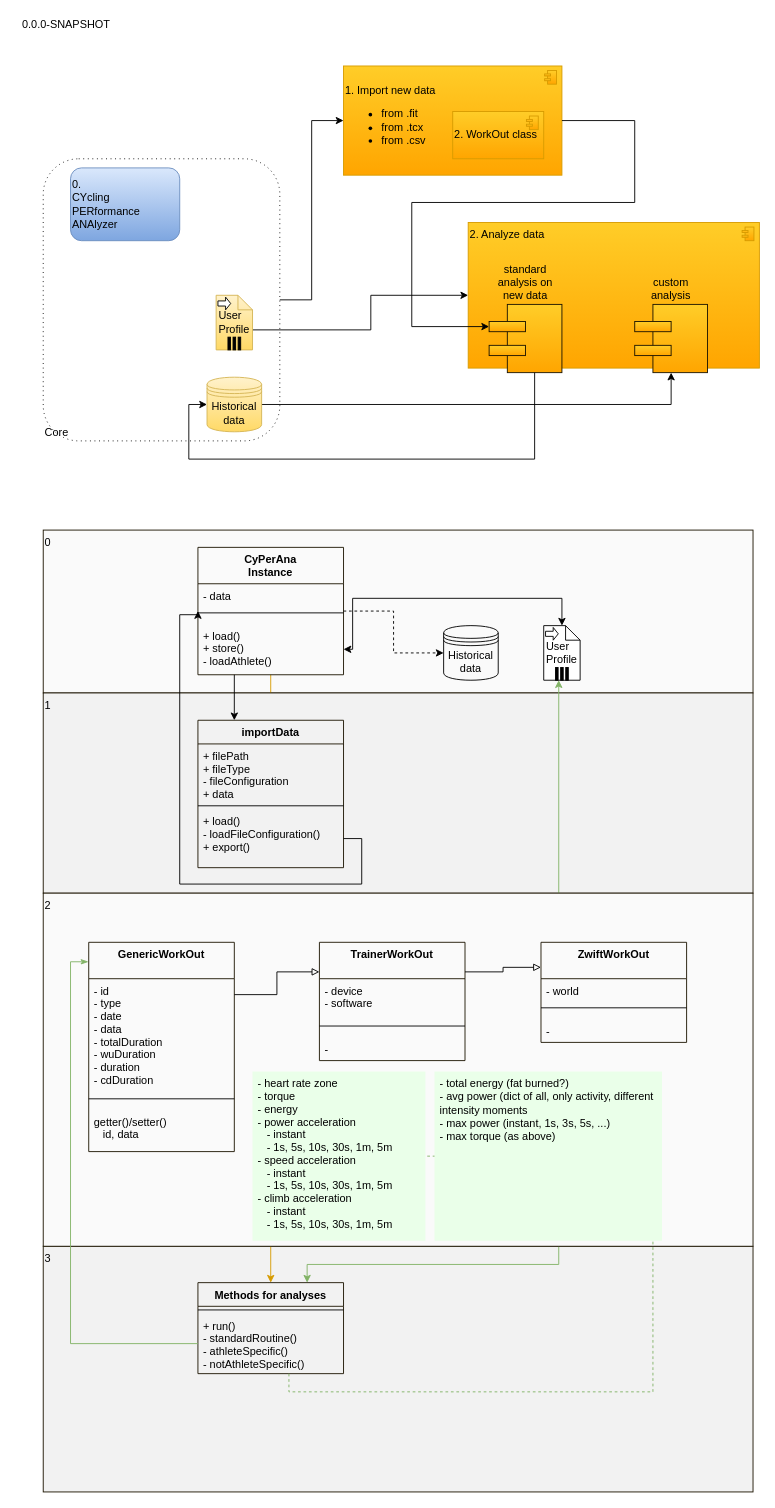
stefano-v37/cyperana keeps this draw.io diagram as architecture.drawio. Above is the earlier version. Source tidied: cells renumbered, new cells numbered last; positions are measured from the earlier drawing's top-left corner, leaving out a move shared by most shapes. Both pictures are drawn from the tidied source at 91%, with x=0, y=0 at pixel (15, 15).
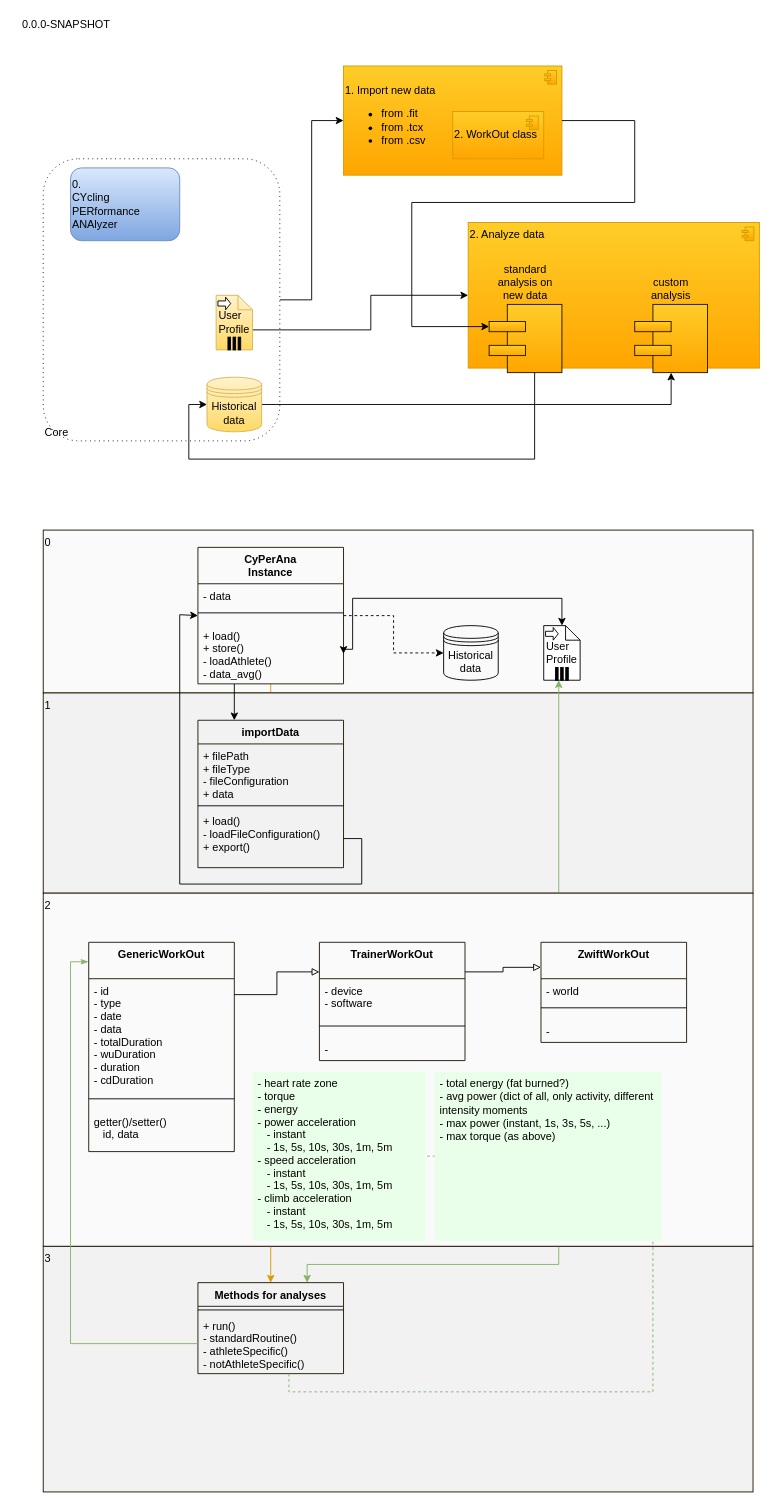
Above is the later version.

Commit message (it also covers changes not shown here):
implemented standard columns, refactor of methods according to this list data_avg to calculate averaged df on the fly

The edit, as a diff of the source:
```diff
@@
     <mxCell id="24" value="CyPerAna&#10;Instance" style="swimlane;fontStyle=1;align=center;verticalAlign=top;horizontal=1;startSize=40;strokeColor=#1C1400;fillColor=none;" parent="1" vertex="1">
-      <mxGeometry x="200" y="584" width="160" height="140" as="geometry" />
+      <mxGeometry x="200" y="584" width="160" height="150" as="geometry" />
     </mxCell>
@@
-    <mxCell id="27" value="+ load()&#10;+ store()&#10;- loadAthlete()" style="text;strokeColor=none;fillColor=none;align=left;verticalAlign=top;spacingLeft=4;spacingRight=4;overflow=hidden;points=[[0,0.5],[1,0.5]];portConstraint=eastwest;" parent="24" vertex="1">
-      <mxGeometry y="84" width="160" height="56" as="geometry" />
+    <mxCell id="27" value="+ load()&#10;+ store()&#10;- loadAthlete()&#10;- data_avg()" style="text;strokeColor=none;fillColor=none;align=left;verticalAlign=top;spacingLeft=4;spacingRight=4;overflow=hidden;points=[[0,0.5],[1,0.5]];portConstraint=eastwest;" parent="24" vertex="1">
+      <mxGeometry y="84" width="160" height="66" as="geometry" />
     </mxCell>
```
